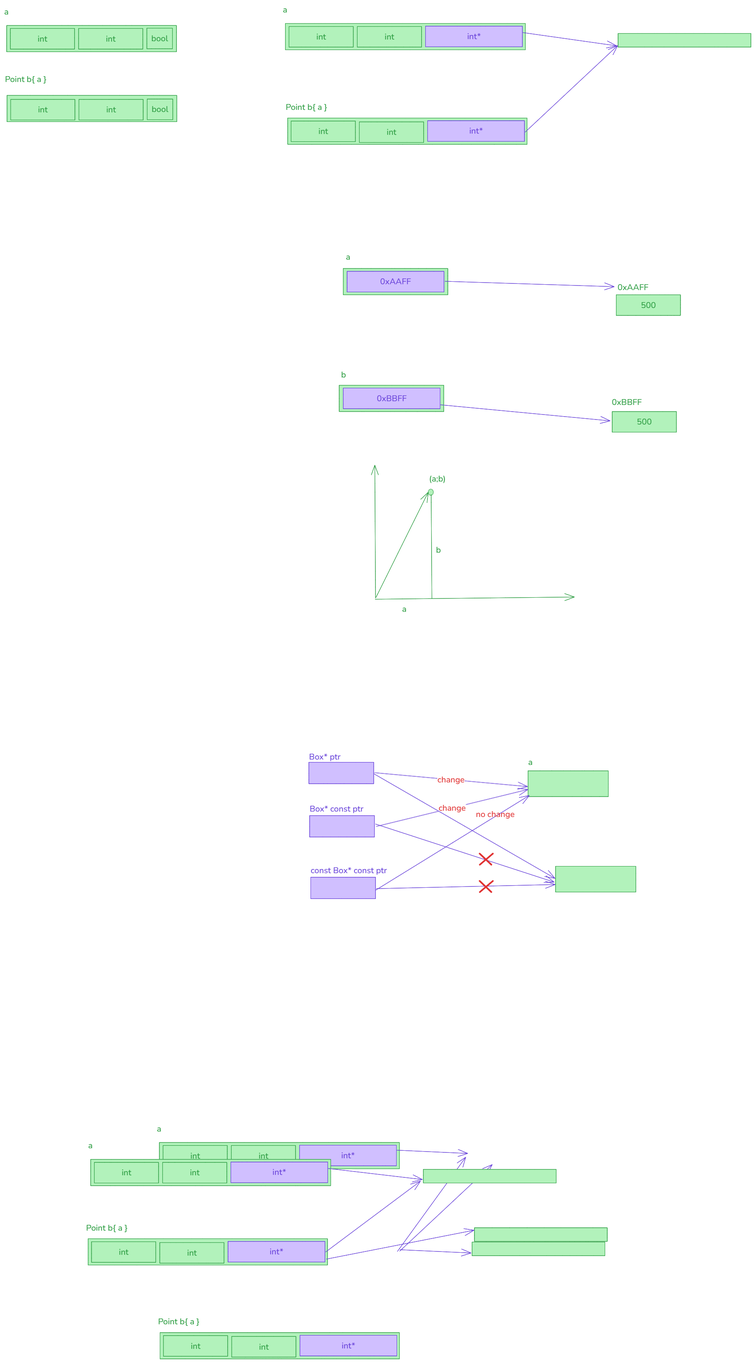
Before: img/07.copy_ctor.excalidraw.png, a diagram exported from Excalidraw (silvercodes/P42_cpp_oop). Source tidied: one line per element, renumbered; positions are measured from the earlier drawing's top-left corner, leaving out a move shared by most shapes.
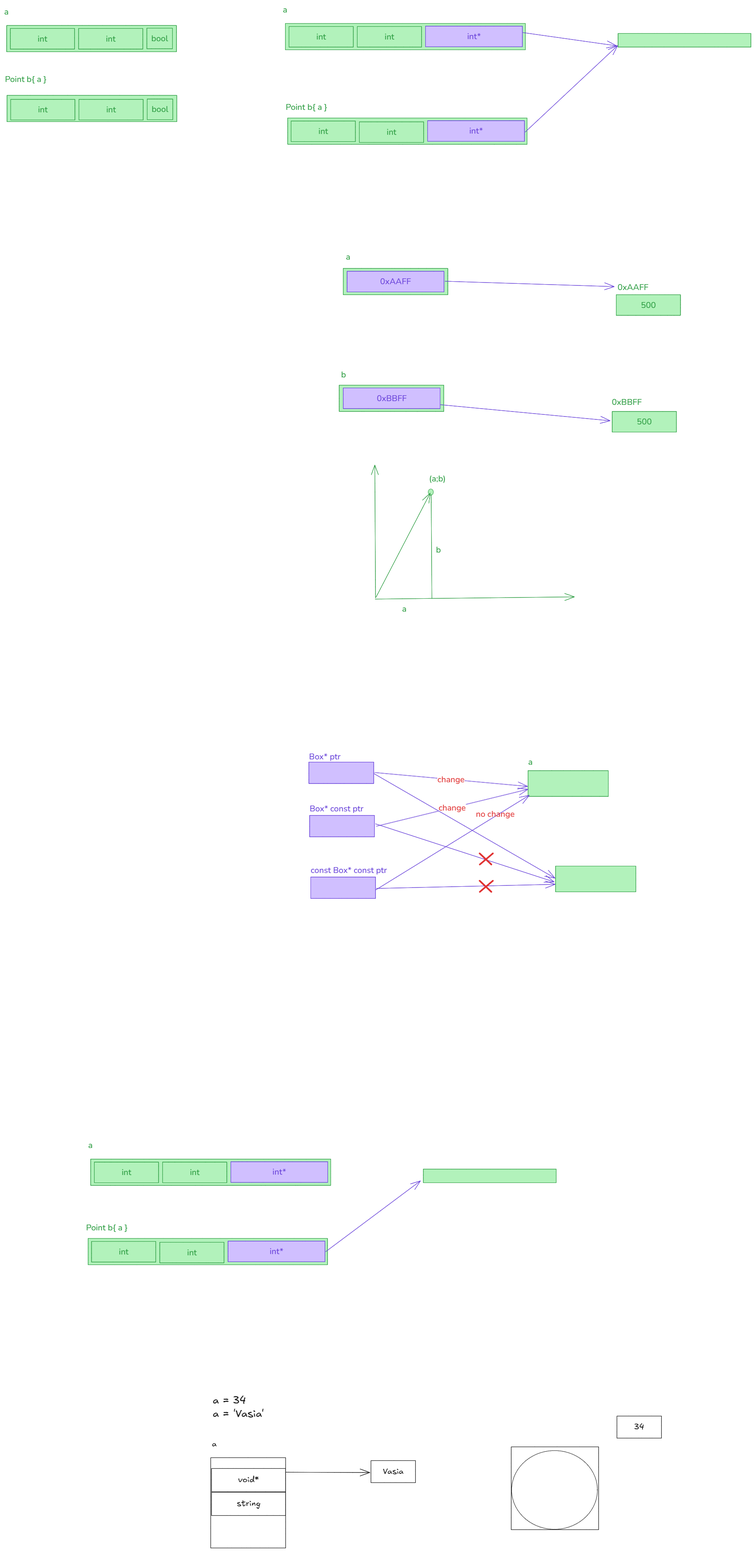
Later version of the same file.

Diff of the diagram source:
```diff
@@ -52,7 +52,7 @@
 {"id": 51, "type": "arrow", "strokeColor": "#2f9e44", "backgroundColor": "#b2f2bb", "fillStyle": "solid", "strokeWidth": 1, "roughness": 0, "endArrowhead": "arrow", "round": true, "x": 892, "y": 1427, "width": 2, "height": 319, "points": [[0, 0], [-2, -319]]}
 {"id": 52, "type": "arrow", "strokeColor": "#2f9e44", "backgroundColor": "#b2f2bb", "fillStyle": "solid", "strokeWidth": 1, "roughness": 0, "endArrowhead": "arrow", "round": true, "x": 891, "y": 1430, "width": 479, "height": 5, "points": [[0, 0], [479, -5]]}
 {"id": 53, "type": "ellipse", "strokeColor": "#2f9e44", "backgroundColor": "#b2f2bb", "fillStyle": "solid", "strokeWidth": 1, "roughness": 0, "x": 1019, "y": 1165, "width": 12, "height": 15}
-{"id": 54, "type": "arrow", "strokeColor": "#2f9e44", "backgroundColor": "#b2f2bb", "fillStyle": "solid", "strokeWidth": 1, "roughness": 0, "endArrowhead": "arrow", "round": true, "x": 893, "y": 1426, "width": 126, "height": 253, "points": [[0, 0], [126, -253]]}
+{"id": 54, "type": "arrow", "strokeColor": "#2f9e44", "backgroundColor": "#b2f2bb", "fillStyle": "solid", "strokeWidth": 1, "roughness": 0, "endArrowhead": "arrow", "round": true, "to": 53, "x": 893, "y": 1426, "width": 130, "height": 251, "points": [[0, 0], [130, -251]]}
 {"id": 55, "type": "line", "strokeColor": "#2f9e44", "backgroundColor": "#b2f2bb", "fillStyle": "solid", "strokeWidth": 1, "roughness": 0, "x": 1026, "y": 1178, "width": 2, "height": 250, "points": [[0, 0], [2, 250]]}
 {"id": 56, "type": "text", "text": "(a;b)", "strokeColor": "#2f9e44", "backgroundColor": "#b2f2bb", "fillStyle": "solid", "strokeWidth": 1, "roughness": 0, "fontSize": 20, "fontFamily": 6, "x": 1021, "y": 1127, "width": 40, "height": 27}
 {"id": 57, "type": "text", "text": "a", "strokeColor": "#2f9e44", "backgroundColor": "#b2f2bb", "fillStyle": "solid", "strokeWidth": 1, "roughness": 0, "fontSize": 20, "fontFamily": 6, "x": 956, "y": 1440, "width": 11, "height": 27}
@@ -97,3 +97,15 @@
 {"id": 96, "type": "text", "text": "a", "strokeColor": "#2f9e44", "backgroundColor": "#b2f2bb", "fillStyle": "solid", "strokeWidth": 1, "roughness": 0, "fontSize": 20, "fontFamily": 6, "x": 202, "y": 2729, "width": 11, "height": 27}
 {"id": 97, "type": "rectangle", "strokeColor": "#2f9e44", "backgroundColor": "#b2f2bb", "fillStyle": "solid", "strokeWidth": 1, "roughness": 0, "x": 1007, "y": 2800, "width": 319, "height": 33}
 {"id": 98, "type": "arrow", "strokeColor": "#6741d9", "strokeWidth": 1, "roughness": 0, "endArrowhead": "arrow", "round": true, "from": 87, "to": 97, "x": 772, "y": 2998, "width": 228, "height": 170, "points": [[0, 0], [228, -170]]}
+{"id": 99, "type": "rectangle", "strokeColor": "#1e1e1e", "strokeWidth": 1, "roughness": 0, "x": 496, "y": 3493, "width": 180, "height": 217}
+{"id": 100, "type": "text", "text": "a = 34\na = 'Vasia'", "strokeColor": "#1e1e1e", "strokeWidth": 1, "roughness": 0, "fontSize": 25.6, "fontFamily": 5, "x": 501, "y": 3341, "width": 123, "height": 64}
+{"id": 101, "type": "rectangle", "strokeColor": "#1e1e1e", "strokeWidth": 1, "roughness": 0, "x": 498, "y": 3576, "width": 178, "height": 56}
+{"id": 102, "type": "text", "text": "string", "strokeColor": "#1e1e1e", "strokeWidth": 1, "roughness": 0, "fontSize": 20, "fontFamily": 5, "textAlign": "center", "verticalAlign": "middle", "inside": 101, "x": 559, "y": 3592, "width": 57, "height": 25}
+{"id": 103, "type": "rectangle", "strokeColor": "#1e1e1e", "strokeWidth": 1, "roughness": 0, "x": 498, "y": 3519, "width": 178, "height": 56}
+{"id": 104, "type": "text", "text": "void*", "strokeColor": "#1e1e1e", "strokeWidth": 1, "roughness": 0, "fontSize": 20, "fontFamily": 5, "textAlign": "center", "verticalAlign": "middle", "inside": 103, "x": 562, "y": 3535, "width": 50, "height": 25}
+{"id": 105, "type": "arrow", "strokeColor": "#1e1e1e", "strokeWidth": 1, "roughness": 0, "endArrowhead": "arrow", "round": true, "from": 103, "to": 107, "x": 677, "y": 3528, "width": 201, "height": 1, "points": [[0, 0], [201, 1]]}
+{"id": 106, "type": "text", "text": "a", "strokeColor": "#1e1e1e", "strokeWidth": 1, "roughness": 0, "fontSize": 20, "fontFamily": 5, "x": 499, "y": 3448, "width": 12, "height": 25}
+{"id": 107, "type": "rectangle", "strokeColor": "#1e1e1e", "strokeWidth": 1, "roughness": 0, "x": 881, "y": 3500, "width": 107, "height": 53}
+{"id": 108, "type": "text", "text": "Vasia", "strokeColor": "#1e1e1e", "strokeWidth": 1, "roughness": 0, "fontSize": 20, "fontFamily": 5, "textAlign": "center", "verticalAlign": "middle", "inside": 107, "x": 910, "y": 3514, "width": 50, "height": 25}
+{"id": 109, "type": "rectangle", "strokeColor": "#1e1e1e", "strokeWidth": 1, "roughness": 0, "x": 1218, "y": 3467, "width": 210, "height": 199}
+{"id": 110, "type": "ellipse", "strokeColor": "#1e1e1e", "strokeWidth": 1, "roughness": 0, "x": 1219, "y": 3476, "width": 206, "height": 189}
```
